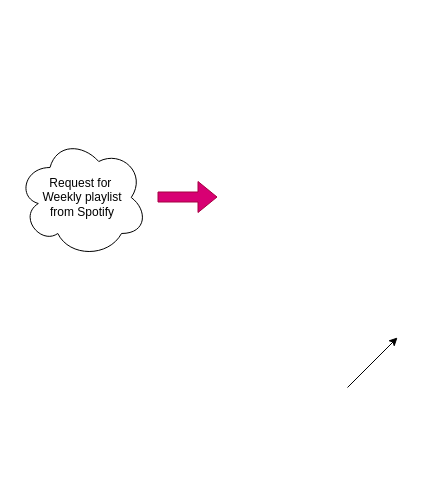
Above: personal-music-streaming-api-data-flow-diagram.drawio in KRTirtho/veschool-diagrams (draw.io), before the change. Source tidied: cells renumbered, new cells numbered last; positions are measured from the earlier drawing's top-left corner, leaving out a move shared by most shapes. Both pictures are drawn from the tidied source at 100%, with x=0, y=0 at pixel (17, 137).
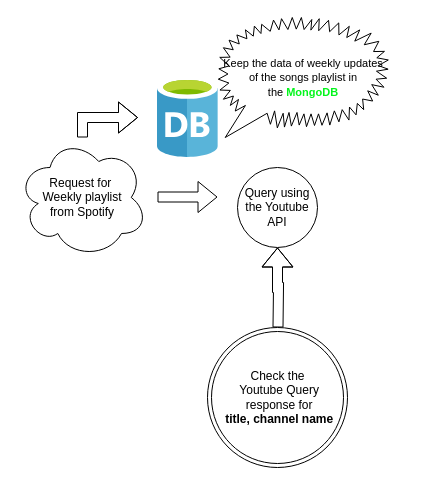
The same diagram, later.

What changed in the source:
```diff
@@
 <mxGraphModel background="#ffffff">
   <root>
     <mxCell id="0" />
     <mxCell id="1" parent="0" />
+    <mxCell id="5" style="edgeStyle=orthogonalEdgeStyle;shape=flexArrow;rounded=0;jettySize=auto;html=1;strokeWidth=1;fillColor=none;" parent="1" edge="1" source="2">
+      <mxGeometry relative="1" as="geometry">
+        <mxPoint x="120" y="-20" as="targetPoint" />
+      </mxGeometry>
+    </mxCell>
     <mxCell id="2" value="Request for&amp;nbsp;&lt;br&gt;Weekly playlist&lt;br&gt;from Spotify" style="shape=cloud;whiteSpace=wrap;html=1;" parent="1" vertex="1">
       <mxGeometry width="130" height="120" as="geometry" />
     </mxCell>
-    <mxCell id="3" style="endArrow=classic;html=1;" parent="1" edge="1">
-      <mxGeometry relative="1" as="geometry">
-        <mxPoint x="330" y="250" as="sourcePoint" />
-        <mxPoint x="380" y="200" as="targetPoint" />
-      </mxGeometry>
-    </mxCell>
-    <mxCell id="4" style="shape=flexArrow;endArrow=classic;html=1;fillColor=#d80073;strokeColor=#A50040;" parent="1" edge="1">
+    <mxCell id="4" style="endArrow=classic;html=1;shape=flexArrow;strokeWidth=1;" parent="1" edge="1">
       <mxGeometry relative="1" as="geometry">
         <mxPoint x="140" y="59.5" as="sourcePoint" />
         <mxPoint x="200" y="59.5" as="targetPoint" />
       </mxGeometry>
     </mxCell>
+    <mxCell id="6" value="Query using the Youtube API" style="ellipse;whiteSpace=wrap;html=1;" parent="1" vertex="1">
+      <mxGeometry x="220" y="30" width="80" height="80" as="geometry" />
+    </mxCell>
+    <mxCell id="7" style="edgeStyle=orthogonalEdgeStyle;shape=flexArrow;rounded=0;jettySize=auto;html=1;entryX=0.5;entryY=1;entryDx=0;entryDy=0;strokeWidth=1;fillColor=none;" parent="1" edge="1" target="6">
+      <mxGeometry relative="1" as="geometry">
+        <mxPoint x="260.5" y="190" as="sourcePoint" />
+      </mxGeometry>
+    </mxCell>
+    <mxCell id="8" value="&lt;span&gt;Check the&lt;br&gt;&amp;nbsp;Youtube Query&lt;br&gt;&amp;nbsp;response for&lt;br&gt;&amp;nbsp;&lt;/span&gt;&lt;b&gt;title, channel name&lt;/b&gt;" style="ellipse;shape=doubleEllipse;html=1;dashed=0;whitespace=wrap;" parent="1" vertex="1">
+      <mxGeometry x="190" y="190" width="140" height="140" as="geometry" />
+    </mxCell>
+    <mxCell id="9" style="html=1;align=center;image;fontSize=12;image=img/lib/mscae/Database_General.svg;" parent="1" vertex="1">
+      <mxGeometry x="140" y="-60" width="60.8" height="80" as="geometry" />
+    </mxCell>
+    <mxCell id="10" value="&lt;span style=&quot;font-size: 11px&quot;&gt;Keep the data of weekly updates of the songs playlist in the&amp;nbsp;&lt;/span&gt;&lt;b style=&quot;font-size: 11px&quot;&gt;&lt;font color=&quot;#02f51b&quot;&gt;MongoDB&lt;/font&gt;&lt;/b&gt;" style="whiteSpace=wrap;html=1;shape=mxgraph.basic.loud_callout;align=center;" parent="1" vertex="1">
+      <mxGeometry x="200.8" y="-120" width="170" height="120" as="geometry" />
+    </mxCell>
   </root>
 </mxGraphModel>
```
